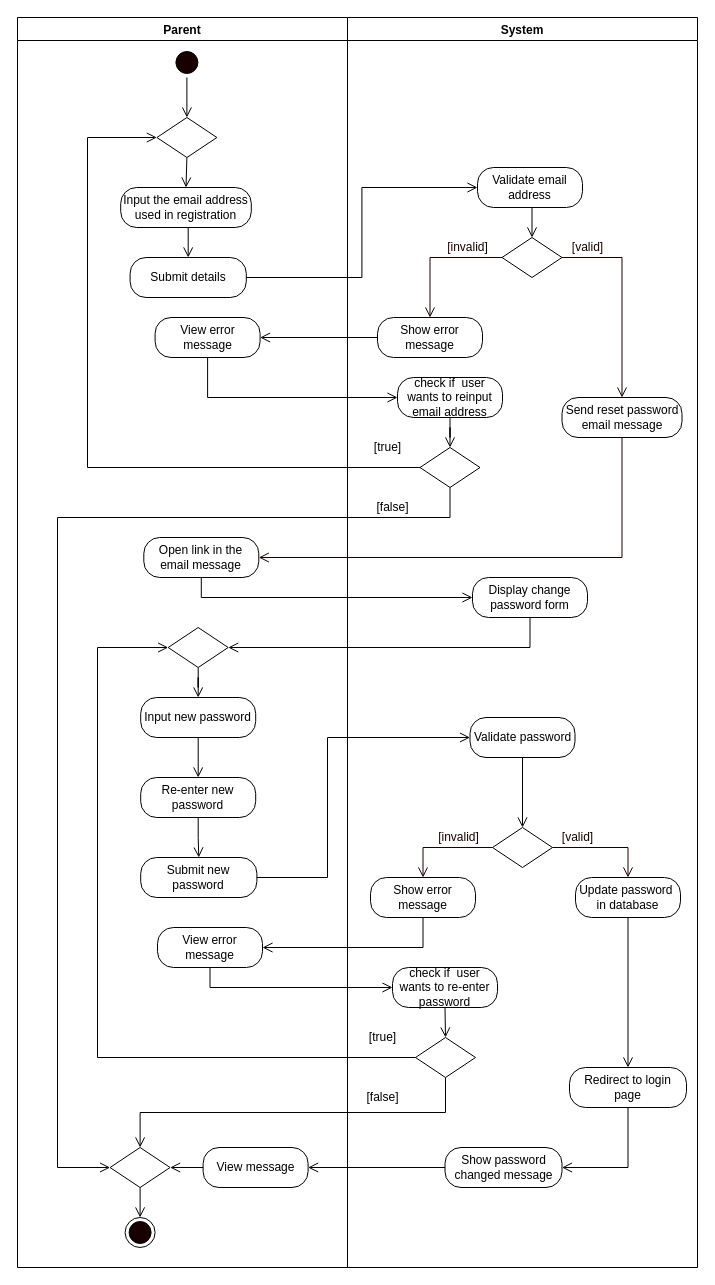
Earlier version of the draw.io diagram page "ResetPassword" (3 of 10) of REVISIONS/UML-DIAGRAMS/7-04-2021/ACTIVITY DIAGRAM/ACTIVITY DIAGRAM.drawio (mrklglsn/CAPSTONE-FILES). Source tidied: cells renumbered, new cells numbered last; positions are measured from the earlier drawing's top-left corner, leaving out a move shared by most shapes. Both pictures are drawn from the tidied source at 100%, with x=0, y=0 at pixel (17, 17).
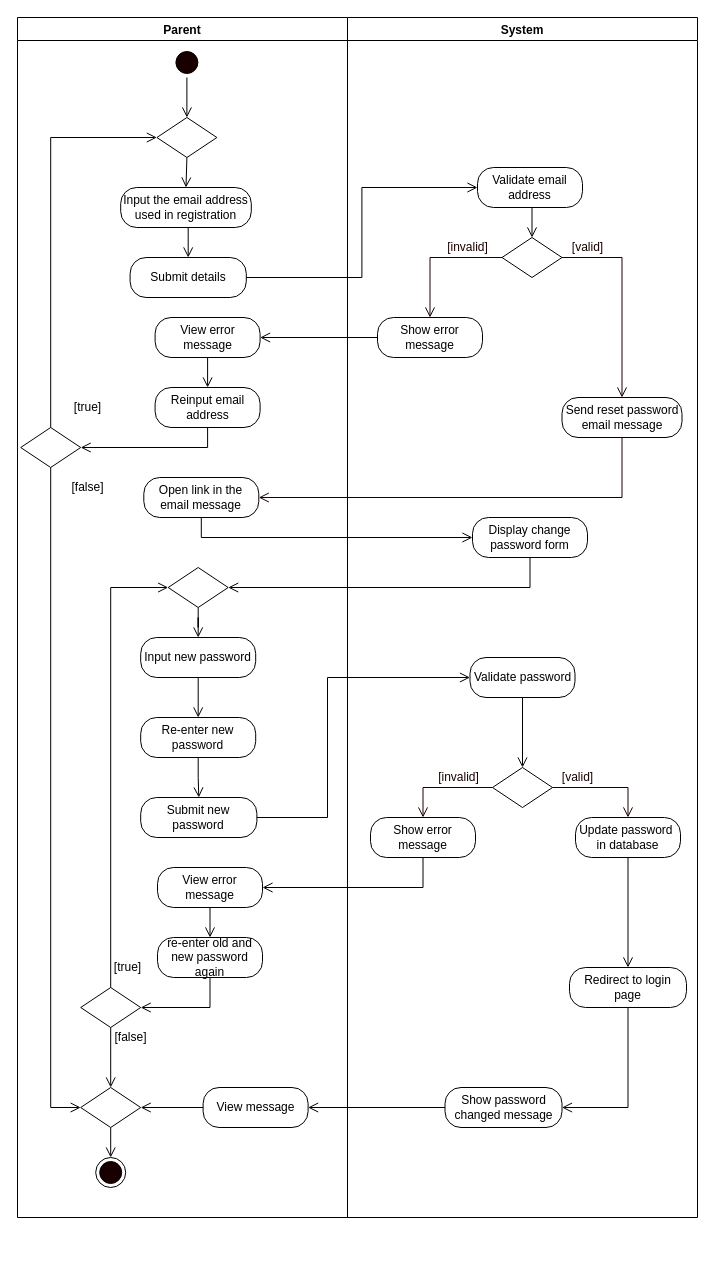
After the change.

The change refers to these unchanged cells:
```xml
<mxCell id="9" style="rhombus;whiteSpace=wrap;html=1;" parent="2" vertex="1">
  <mxGeometry x="139.4" y="100" width="60" height="40" as="geometry" />
</mxCell>
<mxCell id="16" value="View error message" style="rounded=1;whiteSpace=wrap;html=1;arcSize=40;" parent="2" vertex="1">
  <mxGeometry x="137.6" y="300" width="105" height="40" as="geometry" />
</mxCell>
```

The edit, as a diff of the source:
```diff
@@
     <mxCell id="2" value="Parent" style="swimlane;startSize=23;" parent="1" vertex="1">
-      <mxGeometry width="330" height="1250" as="geometry" />
+      <mxGeometry width="330" height="1200" as="geometry" />
     </mxCell>
@@
     <mxCell id="10" value="Open link in the email message" style="rounded=1;whiteSpace=wrap;html=1;arcSize=40;" parent="2" vertex="1">
-      <mxGeometry x="126.3" y="520" width="115" height="40" as="geometry" />
+      <mxGeometry x="126.3" y="460" width="115" height="40" as="geometry" />
     </mxCell>
@@
     <mxCell id="12" value="Input new password" style="rounded=1;whiteSpace=wrap;html=1;arcSize=40;" parent="2" vertex="1">
-      <mxGeometry x="123.2" y="680" width="115" height="40" as="geometry" />
+      <mxGeometry x="123.2" y="620" width="115" height="40" as="geometry" />
     </mxCell>
     <mxCell id="13" value="Submit new password" style="rounded=1;whiteSpace=wrap;html=1;arcSize=40;" parent="2" vertex="1">
-      <mxGeometry x="123.2" y="840" width="116.2" height="40" as="geometry" />
+      <mxGeometry x="123.2" y="780" width="116.2" height="40" as="geometry" />
     </mxCell>
@@
     <mxCell id="15" style="rhombus;whiteSpace=wrap;html=1;" parent="2" vertex="1">
-      <mxGeometry x="150.7" y="610" width="60" height="40" as="geometry" />
+      <mxGeometry x="150.7" y="550" width="60" height="40" as="geometry" />
     </mxCell>
@@
     <mxCell id="17" value="View error message" style="rounded=1;whiteSpace=wrap;html=1;arcSize=40;" parent="2" vertex="1">
-      <mxGeometry x="140" y="910" width="105" height="40" as="geometry" />
+      <mxGeometry x="140" y="850" width="105" height="40" as="geometry" />
     </mxCell>
@@
     <mxCell id="19" value="View message" style="rounded=1;whiteSpace=wrap;html=1;arcSize=40;" parent="2" vertex="1">
-      <mxGeometry x="185.6" y="1130" width="105" height="40" as="geometry" />
+      <mxGeometry x="185.6" y="1070" width="105" height="40" as="geometry" />
     </mxCell>
@@
     <mxCell id="21" style="rhombus;whiteSpace=wrap;html=1;" parent="2" vertex="1">
-      <mxGeometry x="92.6" y="1130" width="60" height="40" as="geometry" />
+      <mxGeometry x="63.2" y="1070" width="60" height="40" as="geometry" />
     </mxCell>
     <mxCell id="22" style="ellipse;html=1;shape=endState;fillColor=#190000;" parent="2" vertex="1">
-      <mxGeometry x="107.6" y="1200" width="30" height="30" as="geometry" />
+      <mxGeometry x="78.2" y="1140" width="30" height="30" as="geometry" />
     </mxCell>
@@
     <mxCell id="24" value="Re-enter new password" style="rounded=1;whiteSpace=wrap;html=1;arcSize=40;" parent="2" vertex="1">
-      <mxGeometry x="123.2" y="760" width="115" height="40" as="geometry" />
+      <mxGeometry x="123.2" y="700" width="115" height="40" as="geometry" />
     </mxCell>
+    <mxCell id="51" style="rhombus;whiteSpace=wrap;html=1;" parent="2" vertex="1">
+      <mxGeometry x="3.2" y="410" width="60" height="40" as="geometry" />
+    </mxCell>
+    <mxCell id="67" style="edgeStyle=orthogonalEdgeStyle;rounded=0;jettySize=auto;html=1;exitX=0.5;exitY=0;exitDx=0;exitDy=0;entryX=0;entryY=0.5;entryDx=0;entryDy=0;endArrow=open;endFill=0;endSize=8;" parent="2" edge="1" source="51" target="9">
+      <mxGeometry relative="1" as="geometry" />
+    </mxCell>
+    <mxCell id="52" value="[true]" style="text;html=1;align=center;verticalAlign=middle;strokeColor=none;" parent="2" vertex="1">
+      <mxGeometry x="50" y="380" width="40" height="20" as="geometry" />
+    </mxCell>
+    <mxCell id="53" value="[false]" style="text;html=1;align=center;verticalAlign=middle;strokeColor=none;" parent="2" vertex="1">
+      <mxGeometry x="45" y="460" width="50" height="20" as="geometry" />
+    </mxCell>
+    <mxCell id="50" value="Reinput email address" style="rounded=1;whiteSpace=wrap;html=1;arcSize=40;" parent="2" vertex="1">
+      <mxGeometry x="137.6" y="370" width="105" height="40" as="geometry" />
+    </mxCell>
+    <mxCell id="68" style="edgeStyle=orthogonalEdgeStyle;rounded=0;jettySize=auto;html=1;exitX=0.5;exitY=1;exitDx=0;exitDy=0;entryX=0;entryY=0.5;entryDx=0;entryDy=0;endArrow=open;endFill=0;endSize=8;" parent="2" edge="1" source="51" target="21">
+      <mxGeometry relative="1" as="geometry">
+        <Array as="points">
+          <mxPoint x="33" y="1090" />
+        </Array>
+      </mxGeometry>
+    </mxCell>
+    <mxCell id="66" style="edgeStyle=orthogonalEdgeStyle;rounded=0;jettySize=auto;html=1;exitX=0.5;exitY=1;exitDx=0;exitDy=0;entryX=0.5;entryY=0;entryDx=0;entryDy=0;endArrow=open;endFill=0;endSize=8;" parent="2" edge="1" source="16" target="50">
+      <mxGeometry relative="1" as="geometry" />
+    </mxCell>
+    <mxCell id="49" style="edgeStyle=orthogonalEdgeStyle;rounded=0;jettySize=auto;html=1;exitX=0.5;exitY=1;exitDx=0;exitDy=0;endArrow=open;endFill=0;endSize=8;entryX=1;entryY=0.5;entryDx=0;entryDy=0;" parent="2" edge="1" source="50" target="51">
+      <mxGeometry relative="1" as="geometry" />
+    </mxCell>
+    <mxCell id="55" value="re-enter old and new password again" style="rounded=1;whiteSpace=wrap;html=1;arcSize=40;" parent="2" vertex="1">
+      <mxGeometry x="140" y="920" width="105" height="40" as="geometry" />
+    </mxCell>
+    <mxCell id="69" style="edgeStyle=orthogonalEdgeStyle;rounded=0;jettySize=auto;html=1;exitX=0.5;exitY=1;exitDx=0;exitDy=0;endArrow=open;endFill=0;endSize=8;entryX=0.5;entryY=0;entryDx=0;entryDy=0;" parent="2" edge="1" source="17" target="55">
+      <mxGeometry relative="1" as="geometry" />
+    </mxCell>
+    <mxCell id="56" style="rhombus;whiteSpace=wrap;html=1;" parent="2" vertex="1">
+      <mxGeometry x="63.2" y="970" width="60" height="40" as="geometry" />
+    </mxCell>
+    <mxCell id="72" style="edgeStyle=orthogonalEdgeStyle;rounded=0;jettySize=auto;html=1;exitX=0.5;exitY=1;exitDx=0;exitDy=0;endArrow=open;endFill=0;endSize=8;" parent="2" edge="1" source="56" target="21">
+      <mxGeometry relative="1" as="geometry" />
+    </mxCell>
+    <mxCell id="70" style="edgeStyle=orthogonalEdgeStyle;rounded=0;jettySize=auto;html=1;exitX=0.5;exitY=0;exitDx=0;exitDy=0;entryX=0;entryY=0.5;entryDx=0;entryDy=0;endArrow=open;endFill=0;endSize=8;" parent="2" edge="1" source="56" target="15">
+      <mxGeometry relative="1" as="geometry" />
+    </mxCell>
+    <mxCell id="54" style="edgeStyle=orthogonalEdgeStyle;rounded=0;jettySize=auto;html=1;exitX=0.5;exitY=1;exitDx=0;exitDy=0;entryX=1;entryY=0.5;entryDx=0;entryDy=0;endArrow=open;endFill=0;endSize=8;" parent="2" edge="1" source="55" target="56">
+      <mxGeometry relative="1" as="geometry" />
+    </mxCell>
+    <mxCell id="57" value="[false]" style="text;html=1;align=center;verticalAlign=middle;strokeColor=none;" parent="2" vertex="1">
+      <mxGeometry x="87.6" y="1010" width="50" height="20" as="geometry" />
+    </mxCell>
     <mxCell id="25" value="System" style="swimlane;" parent="1" vertex="1">
-      <mxGeometry x="330" width="350" height="1250" as="geometry" />
+      <mxGeometry x="330" width="350" height="1200" as="geometry" />
     </mxCell>
@@
     <mxCell id="35" value="Display change password form" style="rounded=1;whiteSpace=wrap;html=1;arcSize=40;" parent="25" vertex="1">
-      <mxGeometry x="125" y="560" width="115" height="40" as="geometry" />
+      <mxGeometry x="125" y="500" width="115" height="40" as="geometry" />
     </mxCell>
@@
     <mxCell id="37" value="Validate password" style="rounded=1;whiteSpace=wrap;html=1;arcSize=40;" parent="25" vertex="1">
-      <mxGeometry x="122.5" y="700" width="105" height="40" as="geometry" />
+      <mxGeometry x="122.5" y="640" width="105" height="40" as="geometry" />
     </mxCell>
     <mxCell id="38" style="rhombus;whiteSpace=wrap;html=1;" parent="25" vertex="1">
-      <mxGeometry x="145" y="810" width="60" height="40" as="geometry" />
+      <mxGeometry x="145" y="750" width="60" height="40" as="geometry" />
     </mxCell>
     <mxCell id="39" value="&lt;font color=&quot;#190000&quot;&gt;[valid]&lt;/font&gt;" style="text;html=1;align=center;verticalAlign=middle;strokeColor=none;fontColor=#FFFFFF;" parent="25" vertex="1">
-      <mxGeometry x="205" y="810" width="50" height="20" as="geometry" />
+      <mxGeometry x="205" y="750" width="50" height="20" as="geometry" />
     </mxCell>
     <mxCell id="40" value="&lt;font color=&quot;#190000&quot;&gt;[invalid]&lt;/font&gt;" style="text;html=1;align=center;verticalAlign=middle;strokeColor=none;fontColor=#FFFFFF;" parent="25" vertex="1">
-      <mxGeometry x="80.5" y="810" width="60" height="20" as="geometry" />
+      <mxGeometry x="80.5" y="750" width="60" height="20" as="geometry" />
     </mxCell>
     <mxCell id="41" value="Show error message" style="rounded=1;whiteSpace=wrap;html=1;arcSize=40;" parent="25" vertex="1">
-      <mxGeometry x="23" y="860" width="105" height="40" as="geometry" />
+      <mxGeometry x="23" y="800" width="105" height="40" as="geometry" />
     </mxCell>
@@
     <mxCell id="43" value="Update password&amp;nbsp; in database" style="rounded=1;whiteSpace=wrap;html=1;arcSize=40;" parent="25" vertex="1">
-      <mxGeometry x="228" y="860" width="105" height="40" as="geometry" />
+      <mxGeometry x="228" y="800" width="105" height="40" as="geometry" />
     </mxCell>
@@
     <mxCell id="46" value="Show password changed message" style="rounded=1;whiteSpace=wrap;html=1;arcSize=40;" parent="25" vertex="1">
-      <mxGeometry x="97.5" y="1130" width="117" height="40" as="geometry" />
+      <mxGeometry x="97.5" y="1070" width="117" height="40" as="geometry" />
     </mxCell>
@@
     <mxCell id="48" value="Redirect to login page" style="rounded=1;whiteSpace=wrap;html=1;arcSize=40;" parent="25" vertex="1">
-      <mxGeometry x="222" y="1050" width="117" height="40" as="geometry" />
+      <mxGeometry x="222" y="950" width="117" height="40" as="geometry" />
     </mxCell>
-    <mxCell id="49" style="edgeStyle=orthogonalEdgeStyle;rounded=0;jettySize=auto;html=1;exitX=0.5;exitY=1;exitDx=0;exitDy=0;endArrow=open;endFill=0;endSize=8;" parent="25" edge="1" source="50" target="51">
-      <mxGeometry relative="1" as="geometry" />
-    </mxCell>
-    <mxCell id="50" value="check if&amp;nbsp; user wants to reinput email address" style="rounded=1;whiteSpace=wrap;html=1;arcSize=40;" parent="25" vertex="1">
-      <mxGeometry x="50" y="360" width="105" height="40" as="geometry" />
-    </mxCell>
-    <mxCell id="51" style="rhombus;whiteSpace=wrap;html=1;" parent="25" vertex="1">
-      <mxGeometry x="72.5" y="430" width="60" height="40" as="geometry" />
-    </mxCell>
-    <mxCell id="52" value="[true]" style="text;html=1;align=center;verticalAlign=middle;strokeColor=none;" parent="25" vertex="1">
-      <mxGeometry x="20" y="420" width="40" height="20" as="geometry" />
-    </mxCell>
-    <mxCell id="53" value="[false]" style="text;html=1;align=center;verticalAlign=middle;strokeColor=none;" parent="25" vertex="1">
-      <mxGeometry x="20" y="480" width="50" height="20" as="geometry" />
-    </mxCell>
-    <mxCell id="54" style="edgeStyle=orthogonalEdgeStyle;rounded=0;jettySize=auto;html=1;exitX=0.5;exitY=1;exitDx=0;exitDy=0;entryX=0.5;entryY=0;entryDx=0;entryDy=0;endArrow=open;endFill=0;endSize=8;" parent="25" edge="1" source="55" target="56">
-      <mxGeometry relative="1" as="geometry" />
-    </mxCell>
-    <mxCell id="55" value="check if&amp;nbsp; user wants to re-enter password" style="rounded=1;whiteSpace=wrap;html=1;arcSize=40;" parent="25" vertex="1">
-      <mxGeometry x="45" y="950" width="105" height="40" as="geometry" />
-    </mxCell>
-    <mxCell id="56" style="rhombus;whiteSpace=wrap;html=1;" parent="25" vertex="1">
-      <mxGeometry x="68" y="1020" width="60" height="40" as="geometry" />
-    </mxCell>
-    <mxCell id="57" value="[false]" style="text;html=1;align=center;verticalAlign=middle;strokeColor=none;" parent="25" vertex="1">
-      <mxGeometry x="10" y="1070" width="50" height="20" as="geometry" />
-    </mxCell>
@@
     <mxCell id="62" style="edgeStyle=orthogonalEdgeStyle;rounded=0;jettySize=auto;html=1;exitX=1;exitY=0.5;exitDx=0;exitDy=0;endArrow=open;endFill=0;endSize=8;entryX=0;entryY=0.5;entryDx=0;entryDy=0;" parent="1" edge="1" source="13" target="37">
       <mxGeometry relative="1" as="geometry">
         <Array as="points">
-          <mxPoint x="310" y="860" />
-          <mxPoint x="310" y="720" />
+          <mxPoint x="310" y="800" />
+          <mxPoint x="310" y="660" />
         </Array>
       </mxGeometry>
     </mxCell>
@@
-    <mxCell id="66" style="edgeStyle=orthogonalEdgeStyle;rounded=0;jettySize=auto;html=1;exitX=0.5;exitY=1;exitDx=0;exitDy=0;entryX=0;entryY=0.5;entryDx=0;entryDy=0;endArrow=open;endFill=0;endSize=8;" parent="1" edge="1" source="16" target="50">
-      <mxGeometry relative="1" as="geometry" />
-    </mxCell>
-    <mxCell id="67" style="edgeStyle=orthogonalEdgeStyle;rounded=0;jettySize=auto;html=1;exitX=0;exitY=0.5;exitDx=0;exitDy=0;entryX=0;entryY=0.5;entryDx=0;entryDy=0;endArrow=open;endFill=0;endSize=8;" parent="1" edge="1" source="51" target="9">
-      <mxGeometry relative="1" as="geometry">
-        <Array as="points">
-          <mxPoint x="70" y="450" />
-          <mxPoint x="70" y="120" />
-        </Array>
-      </mxGeometry>
-    </mxCell>
-    <mxCell id="68" style="edgeStyle=orthogonalEdgeStyle;rounded=0;jettySize=auto;html=1;exitX=0.5;exitY=1;exitDx=0;exitDy=0;entryX=0;entryY=0.5;entryDx=0;entryDy=0;endArrow=open;endFill=0;endSize=8;" parent="1" edge="1" source="51" target="21">
-      <mxGeometry relative="1" as="geometry">
-        <Array as="points">
-          <mxPoint x="433" y="500" />
-          <mxPoint x="40" y="500" />
-          <mxPoint x="40" y="1150" />
-        </Array>
-      </mxGeometry>
-    </mxCell>
-    <mxCell id="69" style="edgeStyle=orthogonalEdgeStyle;rounded=0;jettySize=auto;html=1;exitX=0.5;exitY=1;exitDx=0;exitDy=0;endArrow=open;endFill=0;endSize=8;entryX=0;entryY=0.5;entryDx=0;entryDy=0;" parent="1" edge="1" source="17" target="55">
-      <mxGeometry relative="1" as="geometry" />
-    </mxCell>
-    <mxCell id="70" style="edgeStyle=orthogonalEdgeStyle;rounded=0;jettySize=auto;html=1;exitX=0;exitY=0.5;exitDx=0;exitDy=0;entryX=0;entryY=0.5;entryDx=0;entryDy=0;endArrow=open;endFill=0;endSize=8;" parent="1" edge="1" source="56" target="15">
-      <mxGeometry relative="1" as="geometry">
-        <Array as="points">
-          <mxPoint x="80" y="1040" />
-          <mxPoint x="80" y="630" />
-        </Array>
-      </mxGeometry>
-    </mxCell>
     <mxCell id="71" value="[true]" style="text;html=1;align=center;verticalAlign=middle;strokeColor=none;" parent="1" vertex="1">
-      <mxGeometry x="345" y="1010" width="40" height="20" as="geometry" />
+      <mxGeometry x="90" y="940" width="40" height="20" as="geometry" />
     </mxCell>
-    <mxCell id="72" style="edgeStyle=orthogonalEdgeStyle;rounded=0;jettySize=auto;html=1;exitX=0.5;exitY=1;exitDx=0;exitDy=0;endArrow=open;endFill=0;endSize=8;" parent="1" edge="1" source="56" target="21">
-      <mxGeometry relative="1" as="geometry" />
-    </mxCell>
```
